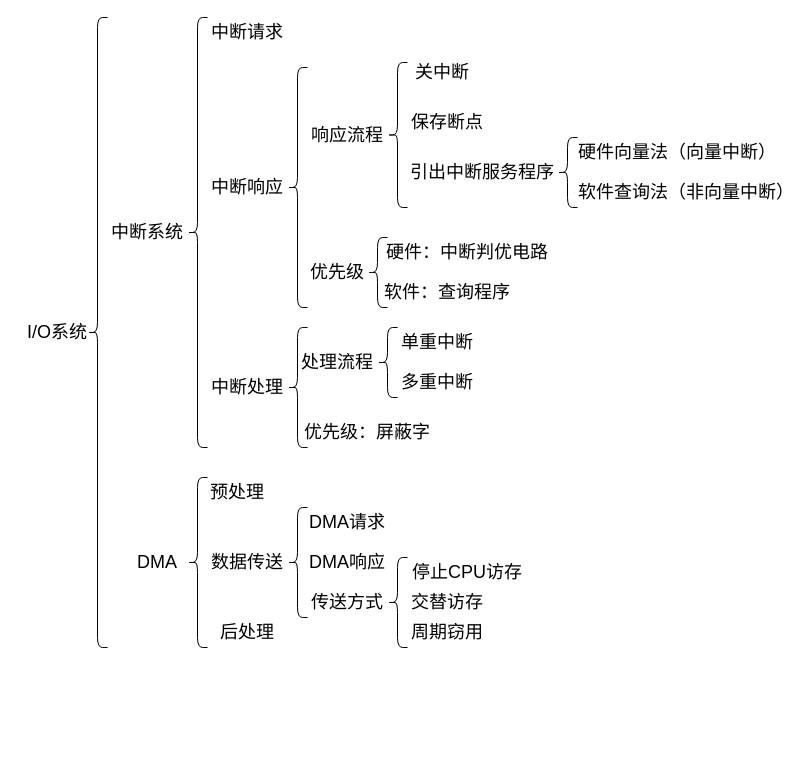
The draw.io diagram page "第七章" (5 of 5) of 计算机组成原理.drawio in 2968392441/draw, before the edit. Source tidied: cells renumbered, new cells numbered last; positions are measured from the earlier drawing's top-left corner, leaving out a move shared by most shapes. Both pictures are drawn from the tidied source at 100%, with x=0, y=0 at pixel (17, 17).
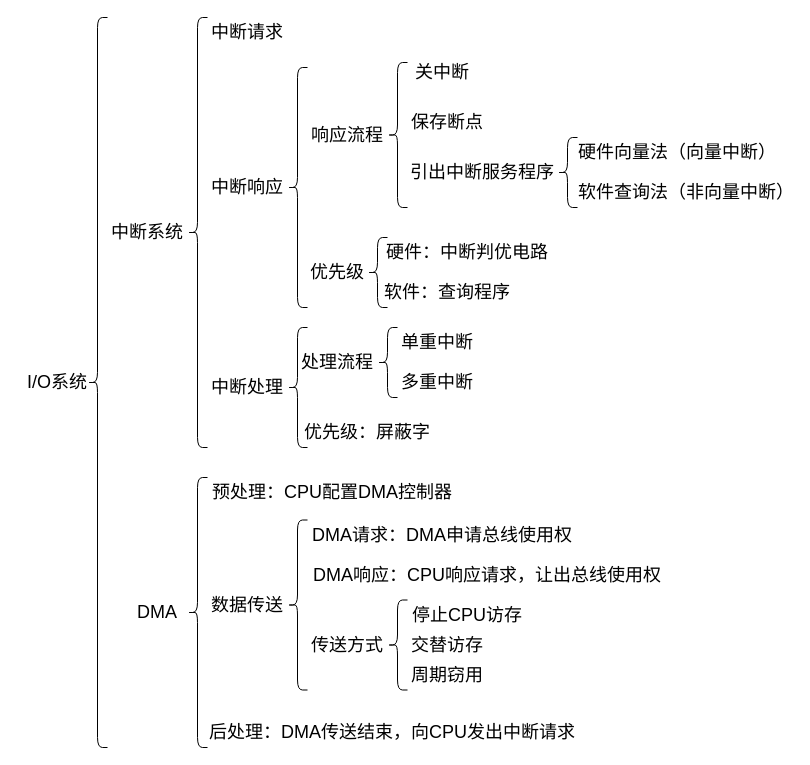
The same diagram, later.

Commit message:
更新计算机组成原理.drawio

Diff of the diagram source:
```diff
@@
     <mxCell id="2" value="&lt;font style=&quot;font-size: 18px;&quot;&gt;I/O系统&lt;/font&gt;" style="text;html=1;whiteSpace=wrap;strokeColor=none;fillColor=none;align=center;verticalAlign=middle;rounded=0;" parent="1" vertex="1">
-      <mxGeometry y="300" width="80" height="30" as="geometry" />
+      <mxGeometry y="350" width="80" height="30" as="geometry" />
     </mxCell>
     <mxCell id="3" value="&lt;span style=&quot;font-size: 18px;&quot;&gt;传送方式&lt;/span&gt;" style="text;html=1;whiteSpace=wrap;strokeColor=none;fillColor=none;align=center;verticalAlign=middle;rounded=0;" parent="1" vertex="1">
-      <mxGeometry x="290" y="570" width="80" height="30" as="geometry" />
+      <mxGeometry x="290" y="612.5" width="80" height="30" as="geometry" />
     </mxCell>
-    <mxCell id="4" value="&lt;font style=&quot;font-size: 18px;&quot;&gt;DMA响应&lt;/font&gt;" style="text;html=1;whiteSpace=wrap;strokeColor=none;fillColor=none;align=center;verticalAlign=middle;rounded=0;" parent="1" vertex="1">
-      <mxGeometry x="290" y="530" width="80" height="30" as="geometry" />
+    <mxCell id="4" value="&lt;font style=&quot;font-size: 18px;&quot;&gt;DMA响应：CPU响应请求，让出总线使用权&lt;/font&gt;" style="text;html=1;whiteSpace=wrap;strokeColor=none;fillColor=none;align=center;verticalAlign=middle;rounded=0;" parent="1" vertex="1">
+      <mxGeometry x="290" y="542.5" width="360" height="30" as="geometry" />
     </mxCell>
-    <mxCell id="5" value="&lt;font style=&quot;font-size: 18px;&quot;&gt;DMA请求&lt;/font&gt;" style="text;html=1;whiteSpace=wrap;strokeColor=none;fillColor=none;align=center;verticalAlign=middle;rounded=0;" parent="1" vertex="1">
-      <mxGeometry x="290" y="490" width="80" height="30" as="geometry" />
+    <mxCell id="5" value="&lt;font style=&quot;font-size: 18px;&quot;&gt;DMA请求：DMA申请总线使用权&lt;/font&gt;" style="text;html=1;whiteSpace=wrap;strokeColor=none;fillColor=none;align=center;verticalAlign=middle;rounded=0;" parent="1" vertex="1">
+      <mxGeometry x="290" y="502.5" width="270" height="30" as="geometry" />
     </mxCell>
     <mxCell id="6" value="&lt;font style=&quot;font-size: 18px;&quot;&gt;周期窃用&lt;/font&gt;" style="text;html=1;whiteSpace=wrap;strokeColor=none;fillColor=none;align=center;verticalAlign=middle;rounded=0;" parent="1" vertex="1">
-      <mxGeometry x="390" y="600" width="80" height="30" as="geometry" />
+      <mxGeometry x="390" y="642.5" width="80" height="30" as="geometry" />
     </mxCell>
     <mxCell id="7" value="&lt;font style=&quot;font-size: 18px;&quot;&gt;交替访存&lt;/font&gt;" style="text;html=1;whiteSpace=wrap;strokeColor=none;fillColor=none;align=center;verticalAlign=middle;rounded=0;" parent="1" vertex="1">
-      <mxGeometry x="390" y="570" width="80" height="30" as="geometry" />
+      <mxGeometry x="390" y="612.5" width="80" height="30" as="geometry" />
     </mxCell>
     <mxCell id="8" value="&lt;font style=&quot;font-size: 18px;&quot;&gt;停止CPU访存&lt;/font&gt;" style="text;html=1;whiteSpace=wrap;strokeColor=none;fillColor=none;align=center;verticalAlign=middle;rounded=0;" parent="1" vertex="1">
-      <mxGeometry x="380" y="540" width="140" height="30" as="geometry" />
+      <mxGeometry x="380" y="582.5" width="140" height="30" as="geometry" />
     </mxCell>
     <mxCell id="9" value="&lt;font style=&quot;font-size: 18px;&quot;&gt;DMA&lt;/font&gt;" style="text;html=1;whiteSpace=wrap;strokeColor=none;fillColor=none;align=center;verticalAlign=middle;rounded=0;" parent="1" vertex="1">
-      <mxGeometry x="100" y="530" width="80" height="30" as="geometry" />
+      <mxGeometry x="100" y="580" width="80" height="30" as="geometry" />
     </mxCell>
-    <mxCell id="10" value="&lt;span style=&quot;font-size: 18px;&quot;&gt;后处理&lt;/span&gt;" style="text;html=1;whiteSpace=wrap;strokeColor=none;fillColor=none;align=center;verticalAlign=middle;rounded=0;" parent="1" vertex="1">
-      <mxGeometry x="190" y="600" width="80" height="30" as="geometry" />
+    <mxCell id="10" value="&lt;span style=&quot;font-size: 18px;&quot;&gt;后处理：DMA传送结束，向CPU发出中断请求&lt;/span&gt;" style="text;html=1;whiteSpace=wrap;strokeColor=none;fillColor=none;align=center;verticalAlign=middle;rounded=0;" parent="1" vertex="1">
+      <mxGeometry x="180" y="700" width="390" height="30" as="geometry" />
     </mxCell>
     <mxCell id="11" value="&lt;font style=&quot;font-size: 18px;&quot;&gt;数据传送&lt;/font&gt;" style="text;html=1;whiteSpace=wrap;strokeColor=none;fillColor=none;align=center;verticalAlign=middle;rounded=0;" parent="1" vertex="1">
-      <mxGeometry x="190" y="530" width="80" height="30" as="geometry" />
+      <mxGeometry x="190" y="572.5" width="80" height="30" as="geometry" />
     </mxCell>
-    <mxCell id="12" value="&lt;font style=&quot;font-size: 18px;&quot;&gt;预处理&lt;/font&gt;" style="text;html=1;whiteSpace=wrap;strokeColor=none;fillColor=none;align=center;verticalAlign=middle;rounded=0;" parent="1" vertex="1">
-      <mxGeometry x="180" y="460" width="80" height="30" as="geometry" />
+    <mxCell id="12" value="&lt;font style=&quot;font-size: 18px;&quot;&gt;预处理：CPU配置DMA控制器&lt;/font&gt;" style="text;html=1;whiteSpace=wrap;strokeColor=none;fillColor=none;align=center;verticalAlign=middle;rounded=0;" parent="1" vertex="1">
+      <mxGeometry x="190" y="460" width="250" height="30" as="geometry" />
     </mxCell>
@@
     <mxCell id="37" style="shape=curlyBracket;whiteSpace=wrap;html=1;rounded=1;labelPosition=left;verticalLabelPosition=middle;align=right;verticalAlign=middle;" parent="1" vertex="1">
-      <mxGeometry x="170" y="460" width="20" height="170" as="geometry" />
+      <mxGeometry x="170" y="460" width="20" height="270" as="geometry" />
     </mxCell>
     <mxCell id="38" style="shape=curlyBracket;whiteSpace=wrap;html=1;rounded=1;labelPosition=left;verticalLabelPosition=middle;align=right;verticalAlign=middle;" parent="1" vertex="1">
-      <mxGeometry x="370" y="540" width="20" height="90" as="geometry" />
+      <mxGeometry x="370" y="582.5" width="20" height="90" as="geometry" />
     </mxCell>
     <mxCell id="39" style="shape=curlyBracket;whiteSpace=wrap;html=1;rounded=1;labelPosition=left;verticalLabelPosition=middle;align=right;verticalAlign=middle;" parent="1" vertex="1">
-      <mxGeometry x="270" y="490" width="20" height="110" as="geometry" />
+      <mxGeometry x="270" y="502.5" width="20" height="170" as="geometry" />
     </mxCell>
     <mxCell id="40" style="shape=curlyBracket;whiteSpace=wrap;html=1;rounded=1;labelPosition=left;verticalLabelPosition=middle;align=right;verticalAlign=middle;" parent="1" vertex="1">
-      <mxGeometry x="70" width="20" height="630" as="geometry" />
+      <mxGeometry x="70" width="20" height="730" as="geometry" />
     </mxCell>
```
